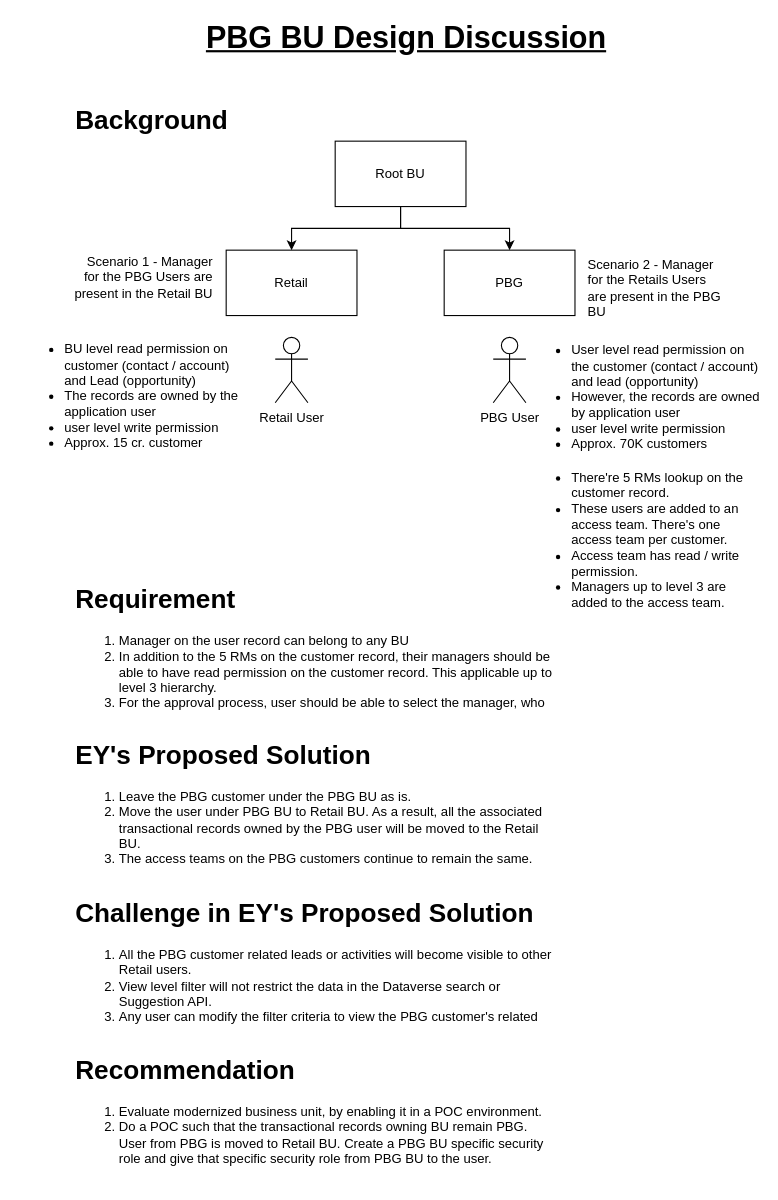
The draw.io diagram page "Page-4" (4 of 4) of Untitled Diagram.drawio in souravdasbiswas/playground, before the edit. Source tidied: cells renumbered, new cells numbered last; positions are measured from the earlier drawing's top-left corner, leaving out a move shared by most shapes. Both pictures are drawn from the tidied source at 109%, with x=0, y=0 at pixel (19, 21).
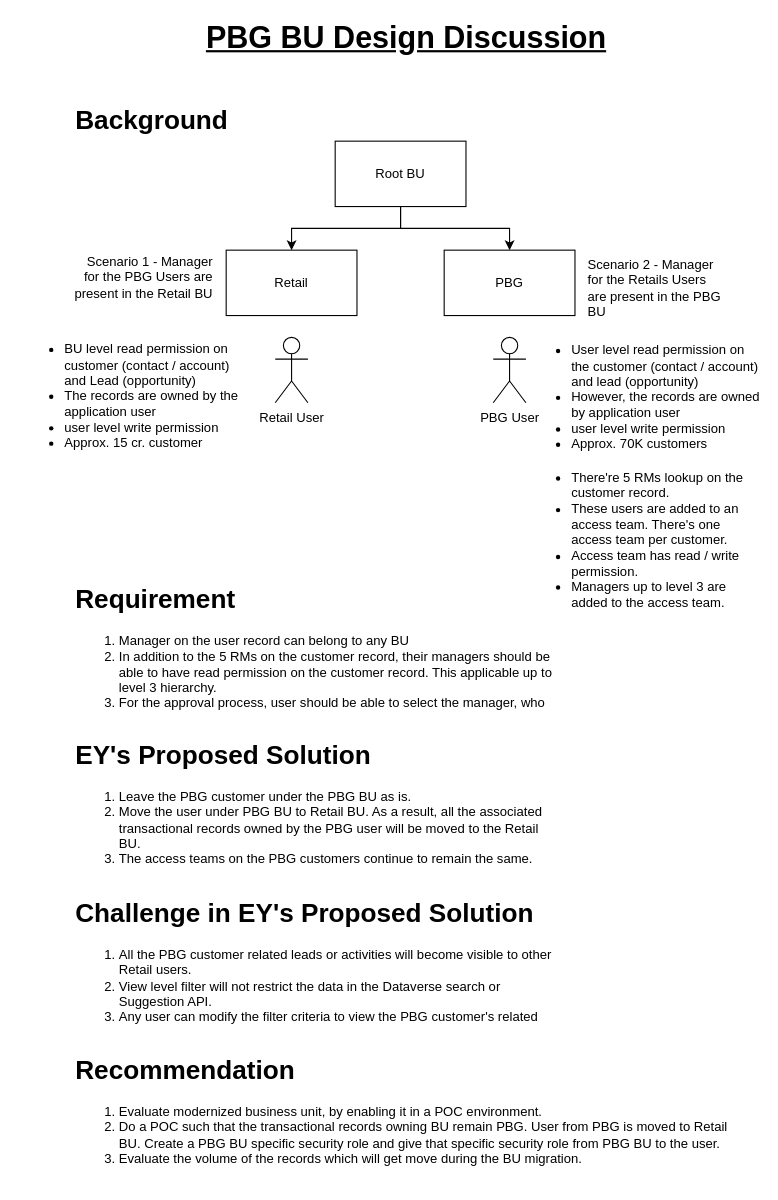
Above is the later version.

What changed in the source:
```diff
@@
 <mxGraphModel>
   <root>
     <mxCell id="0" />
     <mxCell id="1" parent="0" />
     <mxCell id="2" style="edgeStyle=orthogonalEdgeStyle;rounded=0;jettySize=auto;html=1;" parent="1" edge="1" source="4" target="5">
       <mxGeometry relative="1" as="geometry" />
     </mxCell>
     <mxCell id="3" style="edgeStyle=orthogonalEdgeStyle;rounded=0;jettySize=auto;html=1;" parent="1" edge="1" source="4" target="6">
       <mxGeometry relative="1" as="geometry" />
     </mxCell>
     <mxCell id="4" value="Root BU" style="rounded=0;whiteSpace=wrap;html=1;" parent="1" vertex="1">
       <mxGeometry x="290" y="110" width="120" height="60" as="geometry" />
     </mxCell>
     <mxCell id="5" value="Retail" style="rounded=0;whiteSpace=wrap;html=1;" parent="1" vertex="1">
       <mxGeometry x="190" y="210" width="120" height="60" as="geometry" />
     </mxCell>
     <mxCell id="6" value="PBG" style="rounded=0;whiteSpace=wrap;html=1;" parent="1" vertex="1">
       <mxGeometry x="390" y="210" width="120" height="60" as="geometry" />
     </mxCell>
     <mxCell id="7" value="&lt;div style=&quot;&quot;&gt;&lt;span style=&quot;background-color: initial;&quot;&gt;Scenario 1 - Manager for the PBG Users are present in the Retail BU&lt;/span&gt;&lt;/div&gt;" style="text;html=1;align=right;verticalAlign=middle;whiteSpace=wrap;rounded=0;" parent="1" vertex="1">
       <mxGeometry x="50" y="200" width="130" height="70" as="geometry" />
     </mxCell>
     <mxCell id="8" value="&lt;div style=&quot;&quot;&gt;&lt;span style=&quot;background-color: initial;&quot;&gt;Scenario 2 - Manager for the Retails Users are present in the PBG BU&lt;/span&gt;&lt;/div&gt;" style="text;html=1;align=left;verticalAlign=middle;whiteSpace=wrap;rounded=0;" parent="1" vertex="1">
       <mxGeometry x="520" y="210" width="130" height="70" as="geometry" />
     </mxCell>
     <mxCell id="9" value="&lt;ul&gt;&lt;li style=&quot;&quot;&gt;BU level read permission on customer (contact / account) and Lead (opportunity)&lt;/li&gt;&lt;li style=&quot;&quot;&gt;The records are owned by the application user&lt;/li&gt;&lt;li style=&quot;&quot;&gt;user level write permission&lt;/li&gt;&lt;li style=&quot;&quot;&gt;Approx. 15 cr. customer&lt;/li&gt;&lt;/ul&gt;" style="text;html=1;align=left;verticalAlign=middle;whiteSpace=wrap;rounded=0;" parent="1" vertex="1">
       <mxGeometry y="329" width="205" height="30" as="geometry" />
     </mxCell>
     <mxCell id="10" value="Retail User" style="shape=umlActor;verticalLabelPosition=bottom;verticalAlign=top;html=1;" parent="1" vertex="1">
       <mxGeometry x="235" y="290" width="30" height="60" as="geometry" />
     </mxCell>
     <mxCell id="11" value="PBG User" style="shape=umlActor;verticalLabelPosition=bottom;verticalAlign=top;html=1;" parent="1" vertex="1">
       <mxGeometry x="435" y="290" width="30" height="60" as="geometry" />
     </mxCell>
     <mxCell id="12" value="&lt;ul&gt;&lt;li style=&quot;&quot;&gt;User level read permission on the customer (contact / account) and lead (opportunity)&lt;/li&gt;&lt;li style=&quot;&quot;&gt;&lt;span style=&quot;background-color: initial;&quot;&gt;However, the records are owned by application user&lt;/span&gt;&lt;/li&gt;&lt;li style=&quot;&quot;&gt;&lt;span style=&quot;background-color: initial;&quot;&gt;user level write permission&lt;/span&gt;&lt;/li&gt;&lt;li style=&quot;&quot;&gt;Approx. 70K customers&lt;/li&gt;&lt;/ul&gt;" style="text;html=1;align=left;verticalAlign=middle;whiteSpace=wrap;rounded=0;" parent="1" vertex="1">
       <mxGeometry x="465" y="330" width="215" height="30" as="geometry" />
     </mxCell>
     <mxCell id="13" value="&lt;ul&gt;&lt;li style=&quot;&quot;&gt;There're 5 RMs lookup on the customer record.&lt;/li&gt;&lt;li style=&quot;&quot;&gt;These users are added to an access team. There's one access team per customer.&lt;/li&gt;&lt;li style=&quot;&quot;&gt;Access team has read / write permission.&lt;/li&gt;&lt;li style=&quot;&quot;&gt;Managers up to level 3 are added to the access team.&amp;nbsp;&lt;/li&gt;&lt;/ul&gt;" style="text;html=1;align=left;verticalAlign=middle;whiteSpace=wrap;rounded=0;" parent="1" vertex="1">
       <mxGeometry x="465" y="461" width="215" height="30" as="geometry" />
     </mxCell>
     <mxCell id="14" value="&lt;h1 style=&quot;margin-top: 0px;&quot;&gt;Requirement&lt;/h1&gt;&lt;p&gt;&lt;/p&gt;&lt;ol&gt;&lt;li&gt;&lt;span style=&quot;background-color: initial;&quot;&gt;Manager on the user record can belong to any BU&lt;/span&gt;&lt;/li&gt;&lt;li&gt;In addition to the 5 RMs on the customer record, their managers should be able to have read permission on the customer record. This applicable up to level 3 hierarchy.&lt;/li&gt;&lt;li&gt;For the approval process, user should be able to select the manager, who can belong to different BU hierarchy.&lt;/li&gt;&lt;/ol&gt;&lt;p&gt;&lt;/p&gt;" style="text;html=1;whiteSpace=wrap;overflow=hidden;rounded=0;" parent="1" vertex="1">
       <mxGeometry x="50" y="510" width="440" height="120" as="geometry" />
     </mxCell>
     <mxCell id="15" value="&lt;h1 style=&quot;margin-top: 0px;&quot;&gt;Background&lt;/h1&gt;" style="text;html=1;whiteSpace=wrap;overflow=hidden;rounded=0;" parent="1" vertex="1">
       <mxGeometry x="50" y="70" width="180" height="40" as="geometry" />
     </mxCell>
     <mxCell id="16" value="&lt;h1 style=&quot;margin-top: 0px;&quot;&gt;EY's Proposed Solution&lt;/h1&gt;&lt;p&gt;&lt;/p&gt;&lt;ol&gt;&lt;li&gt;Leave the PBG customer under the PBG BU as is.&lt;/li&gt;&lt;li&gt;Move the user under PBG BU to Retail BU. As a result, all the associated transactional records owned by the PBG user will be moved to the Retail BU.&lt;/li&gt;&lt;li&gt;The access teams on the PBG customers continue to remain the same.&lt;/li&gt;&lt;/ol&gt;&lt;p&gt;&lt;/p&gt;" style="text;html=1;whiteSpace=wrap;overflow=hidden;rounded=0;" parent="1" vertex="1">
       <mxGeometry x="50" y="653" width="440" height="120" as="geometry" />
     </mxCell>
     <mxCell id="17" value="&lt;h1 style=&quot;margin-top: 0px;&quot;&gt;Challenge in EY's Proposed Solution&lt;/h1&gt;&lt;p&gt;&lt;/p&gt;&lt;ol&gt;&lt;li&gt;&lt;span style=&quot;background-color: initial;&quot;&gt;All the PBG customer related leads or activities will become visible to other Retail users.&lt;/span&gt;&lt;/li&gt;&lt;li&gt;&lt;span style=&quot;background-color: initial;&quot;&gt;View level filter will not restrict the data in the Dataverse search or Suggestion API.&lt;/span&gt;&lt;/li&gt;&lt;li&gt;Any user can modify the filter criteria to view the PBG customer's related lead information.&lt;/li&gt;&lt;/ol&gt;&lt;p&gt;&lt;/p&gt;" style="text;html=1;whiteSpace=wrap;overflow=hidden;rounded=0;" parent="1" vertex="1">
       <mxGeometry x="50" y="798" width="440" height="120" as="geometry" />
     </mxCell>
-    <mxCell id="18" value="&lt;h1 style=&quot;margin-top: 0px;&quot;&gt;Recommendation&lt;/h1&gt;&lt;p&gt;&lt;/p&gt;&lt;ol&gt;&lt;li&gt;&lt;span style=&quot;background-color: initial;&quot;&gt;Evaluate modernized business unit, by enabling it in a POC environment.&lt;/span&gt;&lt;/li&gt;&lt;li&gt;&lt;span style=&quot;background-color: initial;&quot;&gt;Do a POC such that the transactional records owning BU remain PBG. User from PBG is moved to Retail BU. Create a PBG BU specific security role and give that specific security role from PBG BU to the user.&lt;/span&gt;&lt;/li&gt;&lt;/ol&gt;&lt;p&gt;&lt;/p&gt;" style="text;html=1;whiteSpace=wrap;overflow=hidden;rounded=0;" parent="1" vertex="1">
-      <mxGeometry x="50" y="942" width="440" height="120" as="geometry" />
+    <mxCell id="18" value="&lt;h1 style=&quot;margin-top: 0px;&quot;&gt;Recommendation&lt;/h1&gt;&lt;p&gt;&lt;/p&gt;&lt;ol&gt;&lt;li&gt;&lt;span style=&quot;background-color: initial;&quot;&gt;Evaluate modernized business unit, by enabling it in a POC environment.&lt;/span&gt;&lt;/li&gt;&lt;li&gt;&lt;span style=&quot;background-color: initial;&quot;&gt;Do a POC such that the transactional records owning BU remain PBG. User from PBG is moved to Retail BU. Create a PBG BU specific security role and give that specific security role from PBG BU to the user.&lt;/span&gt;&lt;/li&gt;&lt;li&gt;Evaluate the volume of the records which will get move during the BU migration.&lt;/li&gt;&lt;/ol&gt;&lt;p&gt;&lt;/p&gt;" style="text;html=1;whiteSpace=wrap;overflow=hidden;rounded=0;" parent="1" vertex="1">
+      <mxGeometry x="50" y="942" width="610" height="120" as="geometry" />
     </mxCell>
     <mxCell id="19" value="PBG BU Design Discussion" style="text;html=1;align=center;verticalAlign=middle;whiteSpace=wrap;rounded=0;fontSize=28;fontStyle=5;" parent="1" vertex="1">
       <mxGeometry x="153" width="405" height="30" as="geometry" />
     </mxCell>
   </root>
 </mxGraphModel>
```
